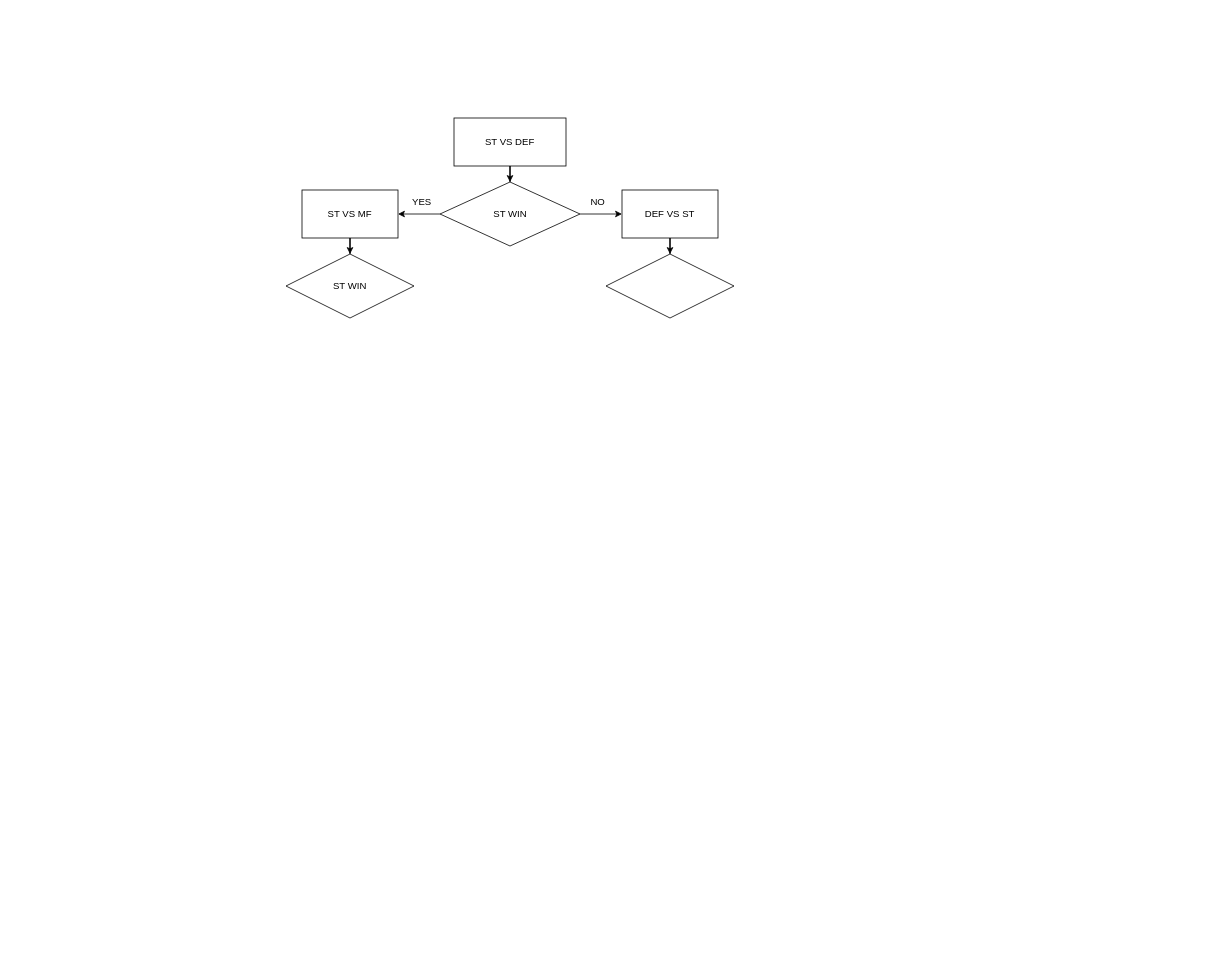
The draw.io diagram GameplayFlow.drawio in NITeshGitH/Drawio, before the edit. Source tidied: cells renumbered, new cells numbered last; positions are measured from the earlier drawing's top-left corner, leaving out a move shared by most shapes. Both pictures are drawn from the tidied source at 80%, with x=0, y=0 at pixel (286, 118).
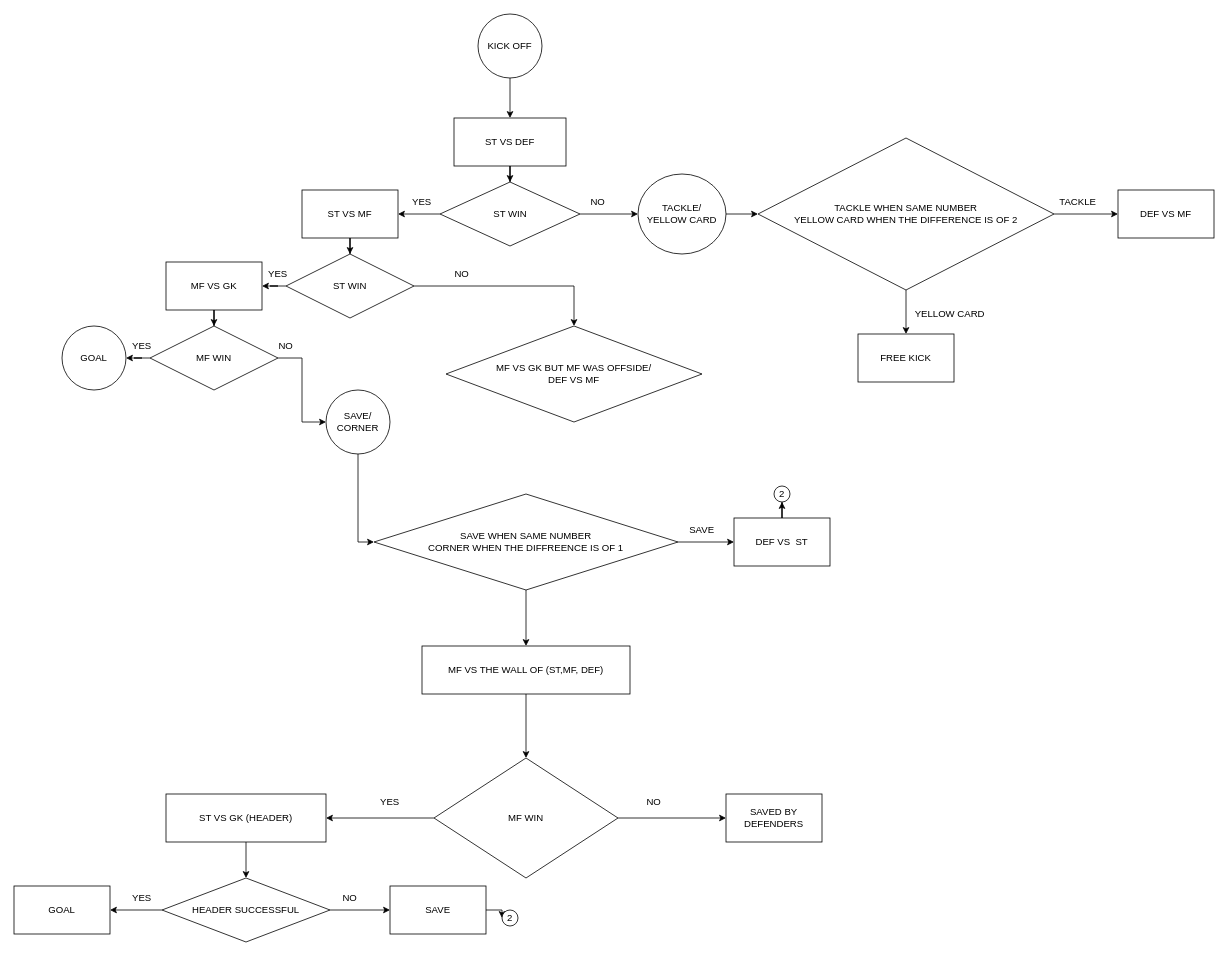
Above is the later version.

Commit message:
complete gameplay flow of  handhockey for now

Unchanged cells that the change refers to:
```xml
<mxCell id="3" value="ST VS DEF" style="rounded=0;whiteSpace=wrap;html=1;" parent="1" vertex="1">
  <mxGeometry x="210" width="140" height="60" as="geometry" />
</mxCell>
<mxCell id="6" value="ST WIN" style="rhombus;whiteSpace=wrap;html=1;rounded=0;" parent="1" vertex="1">
  <mxGeometry x="192.5" y="80" width="175" height="80" as="geometry" />
</mxCell>
```

Change to the diagram source:
```diff
@@
-    <mxCell id="5" style="edgeStyle=orthogonalEdgeStyle;rounded=0;jettySize=auto;html=1;" parent="1" edge="1" source="6" target="11">
-      <mxGeometry relative="1" as="geometry" />
-    </mxCell>
+    <mxCell id="15" style="edgeStyle=orthogonalEdgeStyle;rounded=0;jettySize=auto;html=1;" parent="1" edge="1" source="6" target="35">
+      <mxGeometry relative="1" as="geometry" />
+    </mxCell>
@@
-    <mxCell id="10" style="edgeStyle=orthogonalEdgeStyle;rounded=0;jettySize=auto;html=1;" parent="1" edge="1" source="11" target="14">
-      <mxGeometry relative="1" as="geometry" />
-    </mxCell>
+    <mxCell id="16" style="edgeStyle=orthogonalEdgeStyle;rounded=0;jettySize=auto;html=1;" parent="1" edge="1" source="13" target="21">
+      <mxGeometry relative="1" as="geometry" />
+    </mxCell>
+    <mxCell id="17" style="edgeStyle=orthogonalEdgeStyle;rounded=0;jettySize=auto;html=1;" parent="1" edge="1" source="13" target="46">
+      <mxGeometry relative="1" as="geometry" />
+    </mxCell>
+    <mxCell id="13" value="ST WIN" style="rhombus;whiteSpace=wrap;html=1;rounded=0;" parent="1" vertex="1">
+      <mxGeometry y="170" width="160" height="80" as="geometry" />
+    </mxCell>
+    <mxCell id="18" style="edgeStyle=orthogonalEdgeStyle;rounded=0;jettySize=auto;html=1;" parent="1" edge="1" source="14" target="36">
+      <mxGeometry relative="1" as="geometry" />
+    </mxCell>
+    <mxCell id="19" style="edgeStyle=orthogonalEdgeStyle;rounded=0;jettySize=auto;html=1;" parent="1" edge="1" source="14" target="38">
+      <mxGeometry relative="1" as="geometry" />
+    </mxCell>
+    <mxCell id="14" value="TACKLE WHEN SAME NUMBER&lt;div&gt;YELLOW CARD WHEN THE DIFFERENCE IS OF 2&lt;/div&gt;" style="rhombus;whiteSpace=wrap;html=1;rounded=0;" parent="1" vertex="1">
+      <mxGeometry x="590" y="25" width="370" height="190" as="geometry" />
+    </mxCell>
+    <mxCell id="20" style="edgeStyle=orthogonalEdgeStyle;rounded=0;jettySize=auto;html=1;" parent="1" edge="1" source="21" target="25">
+      <mxGeometry relative="1" as="geometry" />
+    </mxCell>
+    <mxCell id="21" value="MF VS GK" style="whiteSpace=wrap;html=1;rounded=0;" parent="1" vertex="1">
+      <mxGeometry x="-150" y="180" width="120" height="60" as="geometry" />
+    </mxCell>
+    <mxCell id="22" value="YES" style="text;html=1;whiteSpace=wrap;strokeColor=none;fillColor=none;align=center;verticalAlign=middle;rounded=0;" parent="1" vertex="1">
+      <mxGeometry x="-40" y="180" width="60" height="30" as="geometry" />
+    </mxCell>
+    <mxCell id="23" style="edgeStyle=orthogonalEdgeStyle;rounded=0;jettySize=auto;html=1;" parent="1" edge="1" source="25" target="26">
+      <mxGeometry relative="1" as="geometry" />
+    </mxCell>
+    <mxCell id="24" style="edgeStyle=orthogonalEdgeStyle;rounded=0;jettySize=auto;html=1;" parent="1" edge="1" source="25" target="28">
+      <mxGeometry relative="1" as="geometry" />
+    </mxCell>
+    <mxCell id="25" value="MF WIN" style="rhombus;whiteSpace=wrap;html=1;rounded=0;" parent="1" vertex="1">
+      <mxGeometry x="-170" y="260" width="160" height="80" as="geometry" />
+    </mxCell>
+    <mxCell id="26" value="GOAL" style="ellipse;whiteSpace=wrap;html=1;rounded=0;" parent="1" vertex="1">
+      <mxGeometry x="-280" y="260" width="80" height="80" as="geometry" />
+    </mxCell>
+    <mxCell id="27" style="edgeStyle=orthogonalEdgeStyle;rounded=0;jettySize=auto;html=1;entryX=0;entryY=0.5;entryDx=0;entryDy=0;" parent="1" edge="1" source="28" target="33">
+      <mxGeometry relative="1" as="geometry" />
+    </mxCell>
+    <mxCell id="28" value="SAVE/&lt;div&gt;CORNER&lt;/div&gt;" style="ellipse;whiteSpace=wrap;html=1;rounded=0;" parent="1" vertex="1">
+      <mxGeometry x="50" y="340" width="80" height="80" as="geometry" />
+    </mxCell>
+    <mxCell id="29" value="YES" style="text;html=1;whiteSpace=wrap;strokeColor=none;fillColor=none;align=center;verticalAlign=middle;rounded=0;" parent="1" vertex="1">
+      <mxGeometry x="-210" y="270" width="60" height="30" as="geometry" />
+    </mxCell>
+    <mxCell id="30" value="NO" style="text;html=1;whiteSpace=wrap;strokeColor=none;fillColor=none;align=center;verticalAlign=middle;rounded=0;" parent="1" vertex="1">
+      <mxGeometry x="-30" y="270" width="60" height="30" as="geometry" />
+    </mxCell>
+    <mxCell id="31" style="edgeStyle=orthogonalEdgeStyle;rounded=0;jettySize=auto;html=1;" parent="1" edge="1" source="33" target="11">
+      <mxGeometry relative="1" as="geometry" />
+    </mxCell>
+    <mxCell id="32" style="edgeStyle=orthogonalEdgeStyle;rounded=0;jettySize=auto;html=1;" parent="1" edge="1" source="33" target="45">
+      <mxGeometry relative="1" as="geometry" />
+    </mxCell>
+    <mxCell id="33" value="SAVE WHEN SAME NUMBER&lt;div&gt;CORNER WHEN THE DIFFREENCE IS OF 1&lt;/div&gt;" style="rhombus;whiteSpace=wrap;html=1;rounded=0;" parent="1" vertex="1">
+      <mxGeometry x="110" y="470" width="380" height="120" as="geometry" />
+    </mxCell>
+    <mxCell id="34" style="edgeStyle=orthogonalEdgeStyle;rounded=0;jettySize=auto;html=1;" parent="1" edge="1" source="35" target="14">
+      <mxGeometry relative="1" as="geometry" />
+    </mxCell>
+    <mxCell id="35" value="TACKLE/&lt;div&gt;YELLOW CARD&lt;/div&gt;" style="ellipse;whiteSpace=wrap;html=1;rounded=0;" parent="1" vertex="1">
+      <mxGeometry x="440" y="70" width="110" height="100" as="geometry" />
+    </mxCell>
+    <mxCell id="12" value="NO" style="text;html=1;whiteSpace=wrap;strokeColor=none;fillColor=none;align=center;verticalAlign=middle;rounded=0;" parent="1" vertex="1">
+      <mxGeometry x="360" y="90" width="60" height="30" as="geometry" />
+    </mxCell>
+    <mxCell id="36" value="DEF VS MF" style="whiteSpace=wrap;html=1;rounded=0;" parent="1" vertex="1">
+      <mxGeometry x="1040" y="90" width="120" height="60" as="geometry" />
+    </mxCell>
+    <mxCell id="37" value="TACKLE" style="text;html=1;whiteSpace=wrap;strokeColor=none;fillColor=none;align=center;verticalAlign=middle;rounded=0;" parent="1" vertex="1">
+      <mxGeometry x="960" y="90" width="60" height="30" as="geometry" />
+    </mxCell>
+    <mxCell id="38" value="FREE KICK" style="whiteSpace=wrap;html=1;rounded=0;" parent="1" vertex="1">
+      <mxGeometry x="715" y="270" width="120" height="60" as="geometry" />
+    </mxCell>
+    <mxCell id="39" value="YELLOW CARD" style="text;html=1;whiteSpace=wrap;strokeColor=none;fillColor=none;align=center;verticalAlign=middle;rounded=0;" parent="1" vertex="1">
+      <mxGeometry x="780" y="230" width="100" height="30" as="geometry" />
+    </mxCell>
+    <mxCell id="40" style="edgeStyle=orthogonalEdgeStyle;rounded=0;jettySize=auto;html=1;" parent="1" edge="1" source="11" target="64">
+      <mxGeometry relative="1" as="geometry" />
+    </mxCell>
-    <mxCell id="11" value="DEF VS ST" style="whiteSpace=wrap;html=1;rounded=0;" parent="1" vertex="1">
-      <mxGeometry x="420" y="90" width="120" height="60" as="geometry" />
+    <mxCell id="11" value="DEF VS&amp;nbsp; ST" style="whiteSpace=wrap;html=1;rounded=0;" parent="1" vertex="1">
+      <mxGeometry x="560" y="500" width="120" height="60" as="geometry" />
     </mxCell>
-    <mxCell id="12" value="NO" style="text;html=1;whiteSpace=wrap;strokeColor=none;fillColor=none;align=center;verticalAlign=middle;rounded=0;" parent="1" vertex="1">
-      <mxGeometry x="360" y="90" width="60" height="30" as="geometry" />
-    </mxCell>
-    <mxCell id="13" value="ST WIN" style="rhombus;whiteSpace=wrap;html=1;rounded=0;" parent="1" vertex="1">
-      <mxGeometry y="170" width="160" height="80" as="geometry" />
-    </mxCell>
-    <mxCell id="14" style="rhombus;whiteSpace=wrap;html=1;rounded=0;" parent="1" vertex="1">
-      <mxGeometry x="400" y="170" width="160" height="80" as="geometry" />
-    </mxCell>
+    <mxCell id="41" value="SAVE" style="text;html=1;whiteSpace=wrap;strokeColor=none;fillColor=none;align=center;verticalAlign=middle;rounded=0;" parent="1" vertex="1">
+      <mxGeometry x="490" y="500" width="60" height="30" as="geometry" />
+    </mxCell>
+    <mxCell id="42" style="edgeStyle=orthogonalEdgeStyle;rounded=0;jettySize=auto;html=1;" parent="1" edge="1" source="43" target="3">
+      <mxGeometry relative="1" as="geometry" />
+    </mxCell>
+    <mxCell id="43" value="KICK OFF" style="ellipse;whiteSpace=wrap;html=1;rounded=0;" parent="1" vertex="1">
+      <mxGeometry x="240" y="-130" width="80" height="80" as="geometry" />
+    </mxCell>
+    <mxCell id="44" style="edgeStyle=orthogonalEdgeStyle;rounded=0;jettySize=auto;html=1;" parent="1" edge="1" source="45" target="50">
+      <mxGeometry relative="1" as="geometry" />
+    </mxCell>
+    <mxCell id="45" value="MF VS THE WALL OF (ST,MF, DEF)" style="whiteSpace=wrap;html=1;rounded=0;" parent="1" vertex="1">
+      <mxGeometry x="170" y="660" width="260" height="60" as="geometry" />
+    </mxCell>
+    <mxCell id="46" value="MF VS GK BUT MF WAS OFFSIDE/&lt;div&gt;DEF VS MF&lt;/div&gt;" style="rhombus;whiteSpace=wrap;html=1;rounded=0;" parent="1" vertex="1">
+      <mxGeometry x="200" y="260" width="320" height="120" as="geometry" />
+    </mxCell>
+    <mxCell id="47" value="NO" style="text;html=1;whiteSpace=wrap;strokeColor=none;fillColor=none;align=center;verticalAlign=middle;rounded=0;" parent="1" vertex="1">
+      <mxGeometry x="190" y="180" width="60" height="30" as="geometry" />
+    </mxCell>
+    <mxCell id="48" style="edgeStyle=orthogonalEdgeStyle;rounded=0;jettySize=auto;html=1;" parent="1" edge="1" source="50" target="52">
+      <mxGeometry relative="1" as="geometry" />
+    </mxCell>
+    <mxCell id="49" style="edgeStyle=orthogonalEdgeStyle;rounded=0;jettySize=auto;html=1;" parent="1" edge="1" source="50" target="54">
+      <mxGeometry relative="1" as="geometry" />
+    </mxCell>
+    <mxCell id="50" value="MF WIN" style="rhombus;whiteSpace=wrap;html=1;rounded=0;" parent="1" vertex="1">
+      <mxGeometry x="185" y="800" width="230" height="150" as="geometry" />
+    </mxCell>
+    <mxCell id="51" style="edgeStyle=orthogonalEdgeStyle;rounded=0;jettySize=auto;html=1;" parent="1" edge="1" source="52" target="58">
+      <mxGeometry relative="1" as="geometry" />
+    </mxCell>
+    <mxCell id="52" value="ST VS GK (HEADER)" style="whiteSpace=wrap;html=1;rounded=0;" parent="1" vertex="1">
+      <mxGeometry x="-150" y="845" width="200" height="60" as="geometry" />
+    </mxCell>
+    <mxCell id="53" value="YES" style="text;html=1;whiteSpace=wrap;strokeColor=none;fillColor=none;align=center;verticalAlign=middle;rounded=0;" parent="1" vertex="1">
+      <mxGeometry x="100" y="840" width="60" height="30" as="geometry" />
+    </mxCell>
+    <mxCell id="54" value="SAVED BY DEFENDERS" style="whiteSpace=wrap;html=1;rounded=0;" parent="1" vertex="1">
+      <mxGeometry x="550" y="845" width="120" height="60" as="geometry" />
+    </mxCell>
+    <mxCell id="55" value="NO" style="text;html=1;whiteSpace=wrap;strokeColor=none;fillColor=none;align=center;verticalAlign=middle;rounded=0;" parent="1" vertex="1">
+      <mxGeometry x="430" y="840" width="60" height="30" as="geometry" />
+    </mxCell>
+    <mxCell id="56" style="edgeStyle=orthogonalEdgeStyle;rounded=0;jettySize=auto;html=1;" parent="1" edge="1" source="58" target="59">
+      <mxGeometry relative="1" as="geometry" />
+    </mxCell>
+    <mxCell id="57" style="edgeStyle=orthogonalEdgeStyle;rounded=0;jettySize=auto;html=1;" parent="1" edge="1" source="58" target="62">
+      <mxGeometry relative="1" as="geometry" />
+    </mxCell>
+    <mxCell id="58" value="HEADER SUCCESSFUL" style="rhombus;whiteSpace=wrap;html=1;rounded=0;" parent="1" vertex="1">
+      <mxGeometry x="-155" y="950" width="210" height="80" as="geometry" />
+    </mxCell>
+    <mxCell id="59" value="GOAL" style="whiteSpace=wrap;html=1;rounded=0;" parent="1" vertex="1">
+      <mxGeometry x="-340" y="960" width="120" height="60" as="geometry" />
+    </mxCell>
+    <mxCell id="60" value="YES" style="text;html=1;whiteSpace=wrap;strokeColor=none;fillColor=none;align=center;verticalAlign=middle;rounded=0;" parent="1" vertex="1">
+      <mxGeometry x="-210" y="960" width="60" height="30" as="geometry" />
+    </mxCell>
+    <mxCell id="61" style="edgeStyle=orthogonalEdgeStyle;rounded=0;jettySize=auto;html=1;" parent="1" edge="1" source="62" target="65">
+      <mxGeometry relative="1" as="geometry" />
+    </mxCell>
+    <mxCell id="62" value="SAVE" style="whiteSpace=wrap;html=1;rounded=0;" parent="1" vertex="1">
+      <mxGeometry x="130" y="960" width="120" height="60" as="geometry" />
+    </mxCell>
+    <mxCell id="63" value="NO" style="text;html=1;whiteSpace=wrap;strokeColor=none;fillColor=none;align=center;verticalAlign=middle;rounded=0;" parent="1" vertex="1">
+      <mxGeometry x="50" y="960" width="60" height="30" as="geometry" />
+    </mxCell>
+    <mxCell id="64" value="2" style="ellipse;whiteSpace=wrap;html=1;rounded=0;" parent="1" vertex="1">
+      <mxGeometry x="610" y="460" width="20" height="20" as="geometry" />
+    </mxCell>
+    <mxCell id="65" value="2" style="ellipse;whiteSpace=wrap;html=1;rounded=0;" parent="1" vertex="1">
+      <mxGeometry x="270" y="990" width="20" height="20" as="geometry" />
+    </mxCell>
```
